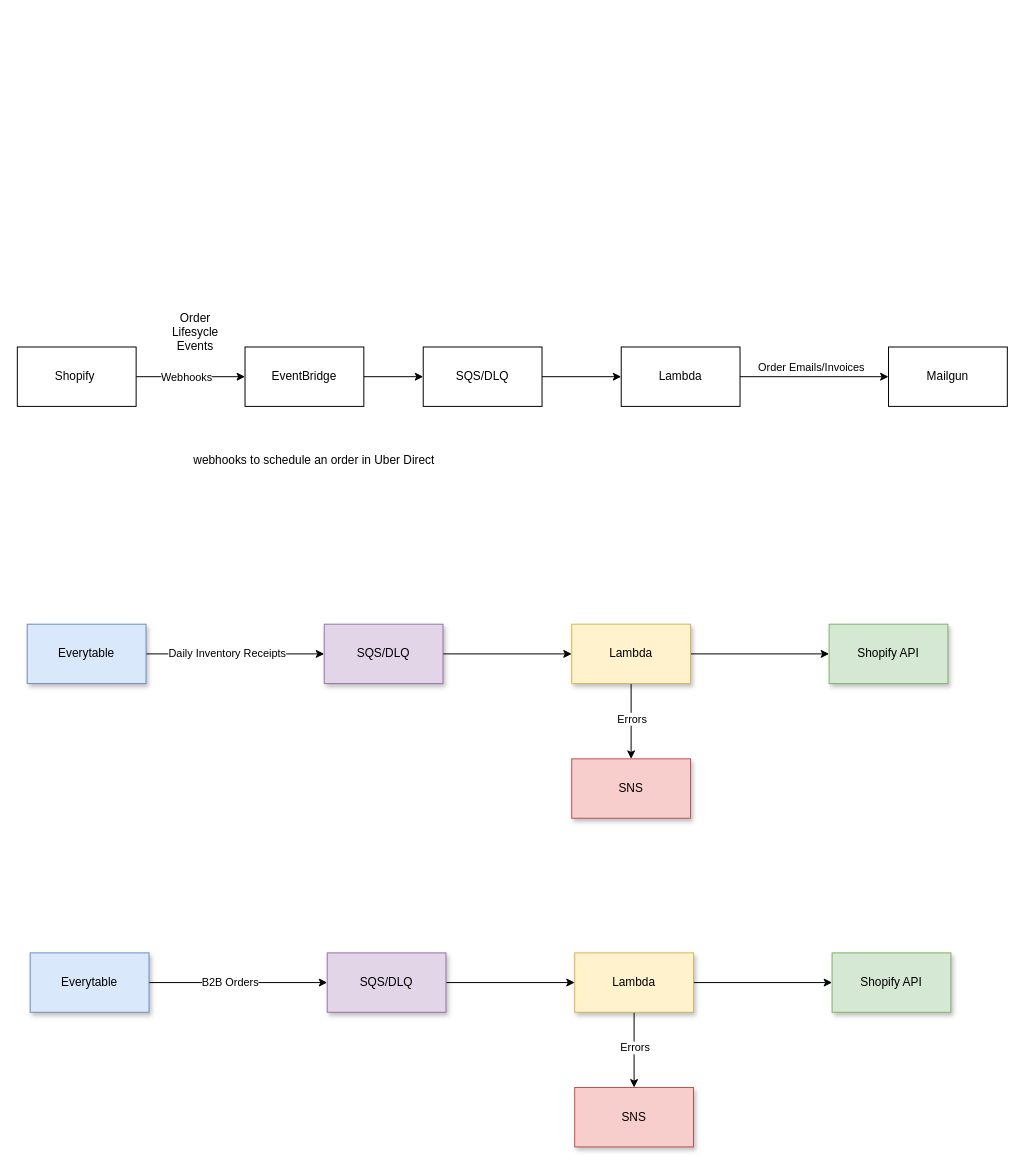
This is page "Webhooks" (2 of 5) of Everytable_Draft_Diagrams.drawio from alexrsunrise/diagrams, a draw.io file, before an edit. Source tidied: cells renumbered, new cells numbered last; positions are measured from the earlier drawing's top-left corner, leaving out a move shared by most shapes. Both pictures are drawn from the tidied source at 99%, with x=0, y=0 at pixel (17, 317).
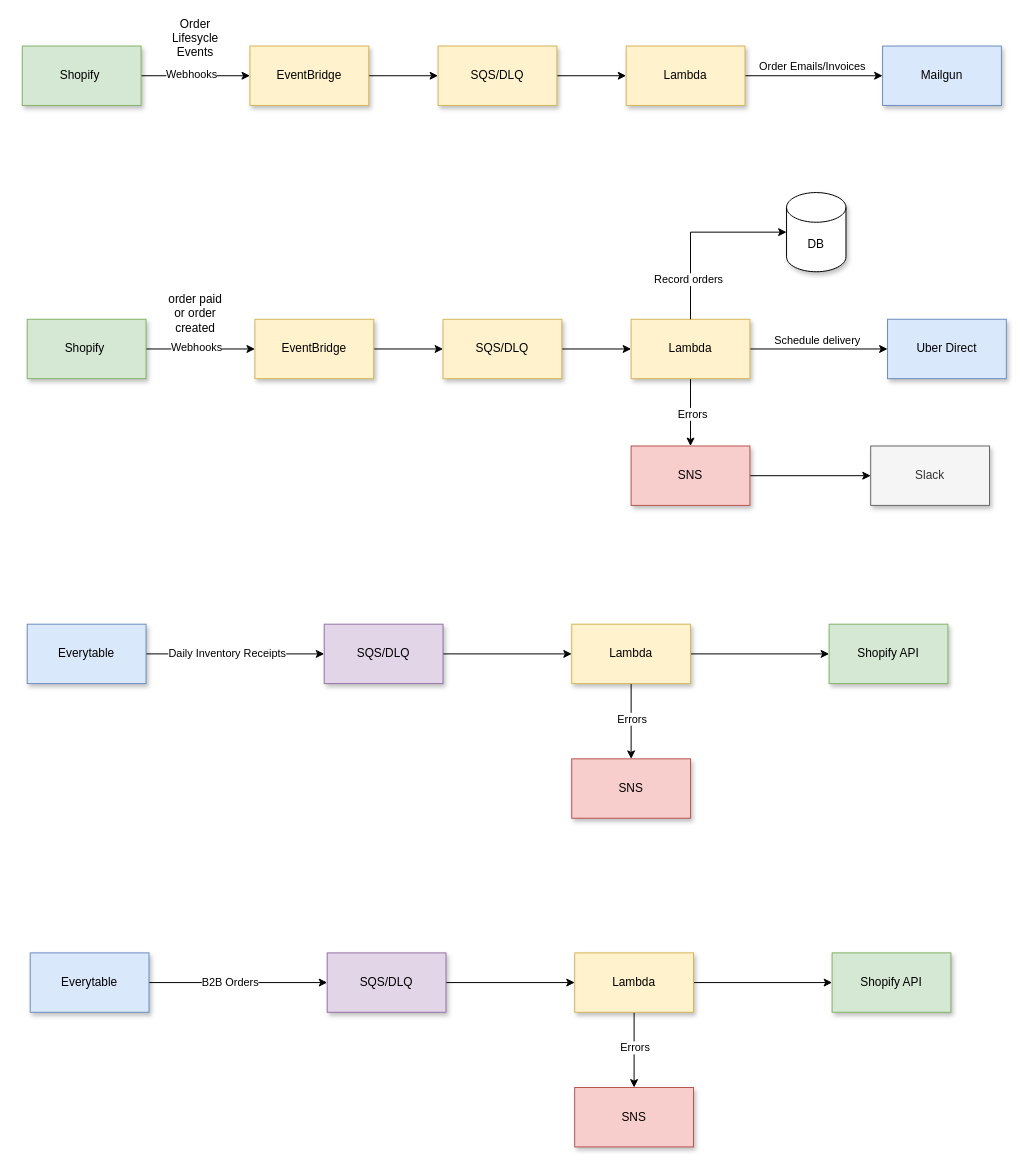
After the change.

Unchanged cells that the change refers to:
```xml
<mxCell id="2" style="edgeStyle=orthogonalEdgeStyle;rounded=0;jettySize=auto;html=1;entryX=0;entryY=0.5;entryDx=0;entryDy=0;" parent="1" edge="1" source="4" target="6">
  <mxGeometry relative="1" as="geometry" />
</mxCell>
```

What changed in the source:
```diff
@@
     <mxCell id="3" value="Webhooks" style="edgeLabel;html=1;align=center;verticalAlign=middle;" parent="2" vertex="1">
       <mxGeometry x="-0.09" y="5" relative="1" as="geometry">
-        <mxPoint y="5" as="offset" />
+        <mxPoint y="3" as="offset" />
       </mxGeometry>
     </mxCell>
-    <mxCell id="4" value="Shopify&amp;nbsp;" style="rounded=0;whiteSpace=wrap;html=1;" parent="1" vertex="1">
-      <mxGeometry y="30" width="120" height="60" as="geometry" />
+    <mxCell id="4" value="Shopify&amp;nbsp;" style="rounded=0;whiteSpace=wrap;html=1;fillColor=#d5e8d4;strokeColor=#82b366;shadow=1;" parent="1" vertex="1">
+      <mxGeometry x="5" y="-274" width="120" height="60" as="geometry" />
     </mxCell>
@@
-    <mxCell id="6" value="EventBridge" style="rounded=0;whiteSpace=wrap;html=1;" parent="1" vertex="1">
-      <mxGeometry x="230" y="30" width="120" height="60" as="geometry" />
+    <mxCell id="6" value="EventBridge" style="rounded=0;whiteSpace=wrap;html=1;fillColor=#fff2cc;strokeColor=#d6b656;shadow=1;" parent="1" vertex="1">
+      <mxGeometry x="235" y="-274" width="120" height="60" as="geometry" />
     </mxCell>
     <mxCell id="7" value="Order Lifesycle Events" style="text;html=1;align=center;verticalAlign=middle;whiteSpace=wrap;rounded=0;" parent="1" vertex="1">
-      <mxGeometry x="150" width="60" height="30" as="geometry" />
+      <mxGeometry x="150" y="-297" width="60" height="30" as="geometry" />
     </mxCell>
@@
-    <mxCell id="9" value="SQS/DLQ" style="rounded=0;whiteSpace=wrap;html=1;" parent="1" vertex="1">
-      <mxGeometry x="410" y="30" width="120" height="60" as="geometry" />
+    <mxCell id="9" value="SQS/DLQ" style="rounded=0;whiteSpace=wrap;html=1;fillColor=#fff2cc;strokeColor=#d6b656;shadow=1;" parent="1" vertex="1">
+      <mxGeometry x="425" y="-274" width="120" height="60" as="geometry" />
     </mxCell>
@@
-    <mxCell id="12" value="Lambda" style="rounded=0;whiteSpace=wrap;html=1;" parent="1" vertex="1">
-      <mxGeometry x="610" y="30" width="120" height="60" as="geometry" />
+    <mxCell id="12" value="Lambda" style="rounded=0;whiteSpace=wrap;html=1;fillColor=#fff2cc;strokeColor=#d6b656;shadow=1;" parent="1" vertex="1">
+      <mxGeometry x="615" y="-274" width="120" height="60" as="geometry" />
     </mxCell>
-    <mxCell id="13" value="Mailgun" style="rounded=0;whiteSpace=wrap;html=1;" parent="1" vertex="1">
-      <mxGeometry x="880" y="30" width="120" height="60" as="geometry" />
+    <mxCell id="13" value="Mailgun" style="rounded=0;whiteSpace=wrap;html=1;fillColor=#dae8fc;strokeColor=#6c8ebf;shadow=1;" parent="1" vertex="1">
+      <mxGeometry x="874" y="-274" width="120" height="60" as="geometry" />
     </mxCell>
@@
-    <mxCell id="24" value="webhooks to schedule an order in Uber Direct" style="text;html=1;align=center;verticalAlign=middle;whiteSpace=wrap;rounded=0;" parent="1" vertex="1">
-      <mxGeometry x="160" y="130" width="280" height="30" as="geometry" />
-    </mxCell>
@@
+    <mxCell id="37" style="edgeStyle=orthogonalEdgeStyle;rounded=0;jettySize=auto;html=1;entryX=0;entryY=0.5;entryDx=0;entryDy=0;" parent="1" edge="1" source="39" target="41">
+      <mxGeometry relative="1" as="geometry" />
+    </mxCell>
+    <mxCell id="38" value="Webhooks" style="edgeLabel;html=1;align=center;verticalAlign=middle;" parent="37" vertex="1">
+      <mxGeometry x="-0.09" y="5" relative="1" as="geometry">
+        <mxPoint y="3" as="offset" />
+      </mxGeometry>
+    </mxCell>
+    <mxCell id="39" value="Shopify&amp;nbsp;" style="rounded=0;whiteSpace=wrap;html=1;fillColor=#d5e8d4;strokeColor=#82b366;shadow=1;" parent="1" vertex="1">
+      <mxGeometry x="10" y="2" width="120" height="60" as="geometry" />
+    </mxCell>
+    <mxCell id="40" style="edgeStyle=orthogonalEdgeStyle;rounded=0;jettySize=auto;html=1;entryX=0;entryY=0.5;entryDx=0;entryDy=0;" parent="1" edge="1" source="41" target="43">
+      <mxGeometry relative="1" as="geometry" />
+    </mxCell>
+    <mxCell id="41" value="EventBridge" style="rounded=0;whiteSpace=wrap;html=1;fillColor=#fff2cc;strokeColor=#d6b656;shadow=1;" parent="1" vertex="1">
+      <mxGeometry x="240" y="2" width="120" height="60" as="geometry" />
+    </mxCell>
+    <mxCell id="42" style="edgeStyle=orthogonalEdgeStyle;rounded=0;jettySize=auto;html=1;entryX=0;entryY=0.5;entryDx=0;entryDy=0;" parent="1" edge="1" source="43" target="48">
+      <mxGeometry relative="1" as="geometry" />
+    </mxCell>
+    <mxCell id="43" value="SQS/DLQ" style="rounded=0;whiteSpace=wrap;html=1;fillColor=#fff2cc;strokeColor=#d6b656;shadow=1;" parent="1" vertex="1">
+      <mxGeometry x="430" y="2" width="120" height="60" as="geometry" />
+    </mxCell>
+    <mxCell id="44" style="edgeStyle=orthogonalEdgeStyle;rounded=0;jettySize=auto;html=1;entryX=0;entryY=0.5;entryDx=0;entryDy=0;" parent="1" edge="1" source="48" target="49">
+      <mxGeometry relative="1" as="geometry" />
+    </mxCell>
+    <mxCell id="45" value="Schedule delivery" style="edgeLabel;html=1;align=center;verticalAlign=middle;" parent="44" vertex="1">
+      <mxGeometry x="-0.24" y="3" relative="1" as="geometry">
+        <mxPoint x="14" y="-7" as="offset" />
+      </mxGeometry>
+    </mxCell>
+    <mxCell id="46" style="edgeStyle=orthogonalEdgeStyle;rounded=0;jettySize=auto;html=1;entryX=0.5;entryY=0;entryDx=0;entryDy=0;" parent="1" edge="1" source="48" target="52">
+      <mxGeometry relative="1" as="geometry" />
+    </mxCell>
+    <mxCell id="47" value="Errors" style="edgeLabel;html=1;align=center;verticalAlign=middle;" parent="46" vertex="1">
+      <mxGeometry x="0.04" y="1" relative="1" as="geometry" />
+    </mxCell>
+    <mxCell id="48" value="Lambda" style="rounded=0;whiteSpace=wrap;html=1;fillColor=#fff2cc;strokeColor=#d6b656;shadow=1;" parent="1" vertex="1">
+      <mxGeometry x="620" y="2" width="120" height="60" as="geometry" />
+    </mxCell>
+    <mxCell id="49" value="Uber Direct" style="rounded=0;whiteSpace=wrap;html=1;fillColor=#dae8fc;strokeColor=#6c8ebf;shadow=1;" parent="1" vertex="1">
+      <mxGeometry x="879" y="2" width="120" height="60" as="geometry" />
+    </mxCell>
+    <mxCell id="50" value="order paid or order created" style="text;html=1;align=center;verticalAlign=middle;whiteSpace=wrap;rounded=0;" parent="1" vertex="1">
+      <mxGeometry x="150" y="-19" width="60" height="30" as="geometry" />
+    </mxCell>
+    <mxCell id="51" style="edgeStyle=orthogonalEdgeStyle;rounded=0;jettySize=auto;html=1;entryX=0;entryY=0.5;entryDx=0;entryDy=0;" parent="1" edge="1" source="52" target="53">
+      <mxGeometry relative="1" as="geometry" />
+    </mxCell>
+    <mxCell id="52" value="SNS" style="rounded=0;whiteSpace=wrap;html=1;fillColor=#f8cecc;strokeColor=#b85450;shadow=1;" parent="1" vertex="1">
+      <mxGeometry x="620" y="130" width="120" height="60" as="geometry" />
+    </mxCell>
+    <mxCell id="53" value="Slack" style="rounded=0;whiteSpace=wrap;html=1;fillColor=#f5f5f5;strokeColor=#666666;shadow=1;fontColor=#333333;" parent="1" vertex="1">
+      <mxGeometry x="862" y="130" width="120" height="60" as="geometry" />
+    </mxCell>
+    <mxCell id="54" value="DB" style="shape=cylinder3;whiteSpace=wrap;html=1;boundedLbl=1;backgroundOutline=1;size=15;shadow=1;" parent="1" vertex="1">
+      <mxGeometry x="777" y="-126" width="60" height="80" as="geometry" />
+    </mxCell>
+    <mxCell id="55" style="edgeStyle=orthogonalEdgeStyle;rounded=0;jettySize=auto;html=1;entryX=0;entryY=0.5;entryDx=0;entryDy=0;entryPerimeter=0;exitX=0.5;exitY=0;exitDx=0;exitDy=0;" parent="1" edge="1" source="48" target="54">
+      <mxGeometry relative="1" as="geometry" />
+    </mxCell>
+    <mxCell id="56" value="Record orders" style="edgeLabel;html=1;align=center;verticalAlign=middle;" parent="55" vertex="1">
+      <mxGeometry x="-0.56" y="3" relative="1" as="geometry" />
+    </mxCell>
```
